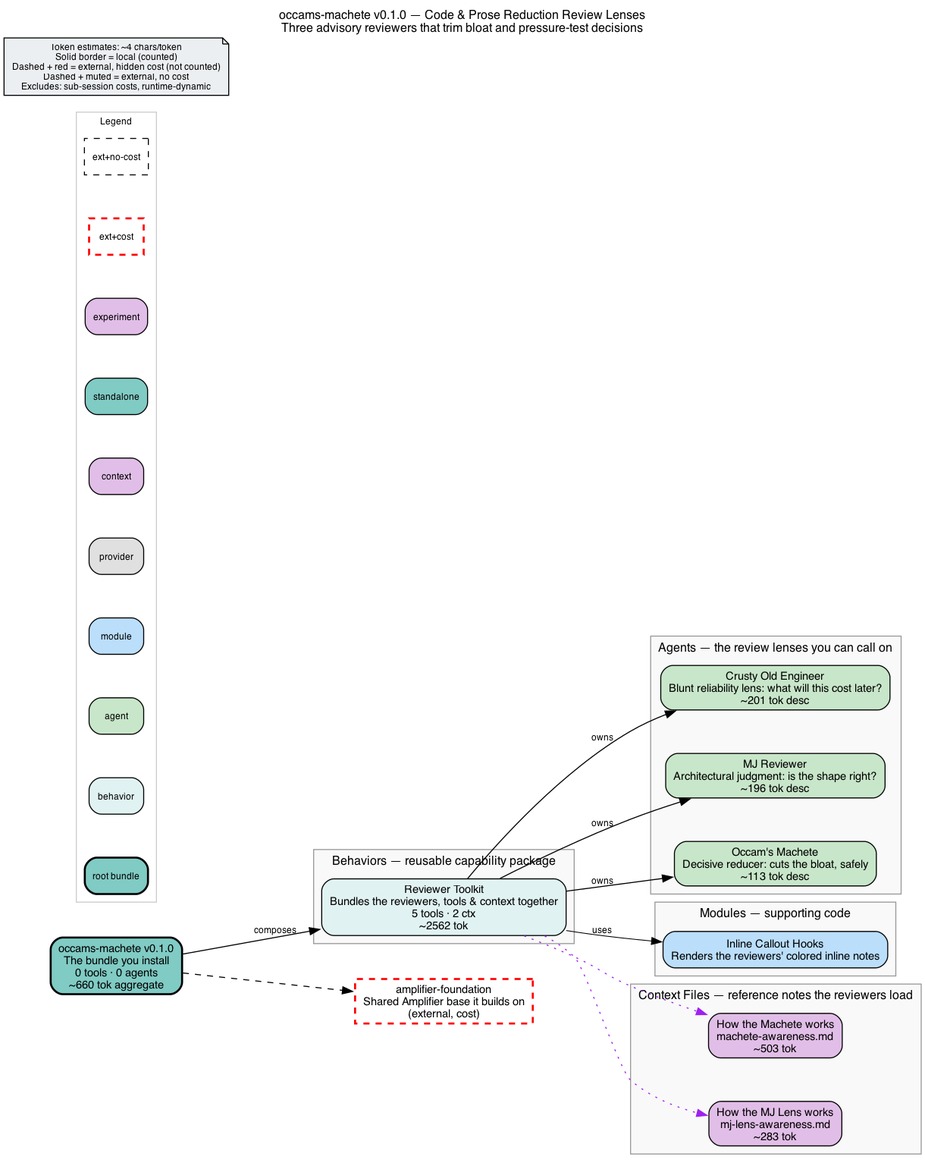
michaeljabbour/amplifier-bundle-mj keeps this Graphviz diagram as bundle.png. Above is the earlier version. Its source is kept beside it as bundle.dot.
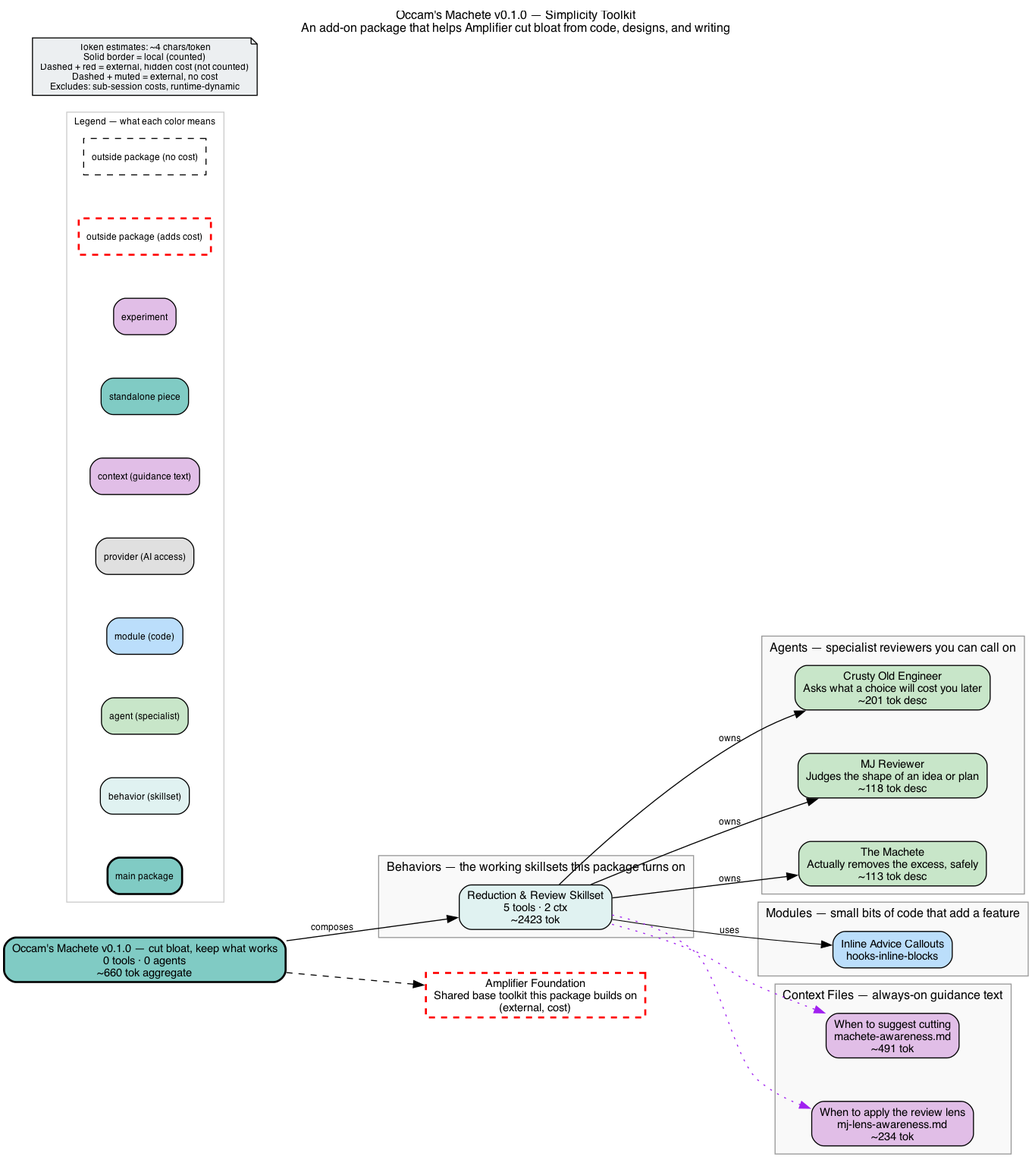
The same diagram one commit later.

Commit message:
feat: Reshape always-on callouts from fixed-slot recital to teaching

Change to the diagram source:
```diff
@@ -2,80 +2,80 @@
     rankdir=LR
     fontname="Helvetica"
     fontsize=12
-    label="occams-machete v0.1.0 — Code & Prose Reduction Review Lenses\nThree advisory reviewers that trim bloat and pressure-test decisions"
+    label="Occam's Machete v0.1.0 — Simplicity Toolkit\nAn add-on package that helps Amplifier cut bloat from code, designs, and writing"
     labelloc=t
     labeljust=c
     nodesep=0.6
     ranksep=0.7
     bgcolor="white"
-    source_hash="bddd5aec8089b3b6765ca88861abbab7c69f58828d248e2b50b8d746131efc44"
+    source_hash="e6015b377ec177d511a456fd0519ecaa5c23f3aa4dccc183f8e80223bc25aeb3"
 
     node [fontname="Helvetica", fontsize=11, style="filled,rounded"]
     edge [fontname="Helvetica", fontsize=9]
 
-    root_occams_machete [label="occams-machete v0.1.0\nThe bundle you install\n0 tools · 0 agents\n~660 tok aggregate", shape=box, fillcolor="#80cbc4", style="filled,rounded,bold", penwidth=2]
+    root_occams_machete [label="Occam's Machete v0.1.0 — cut bloat, keep what works\n0 tools · 0 agents\n~660 tok aggregate", shape=box, fillcolor="#80cbc4", style="filled,rounded,bold", penwidth=2]
 
     subgraph cluster_behaviors {
-        label="Behaviors — reusable capability package"
+        label="Behaviors — the working skillsets this package turns on"
         style="filled"
         fillcolor="#f9f9f9"
         color="#999999"
 
-        beh_occams_machete_behavior [label="Reviewer Toolkit\nBundles the reviewers, tools & context together\n5 tools · 2 ctx\n~2562 tok", shape=box, fillcolor="#e0f2f1", style="filled,rounded"]
+        beh_occams_machete_behavior [label="Reduction & Review Skillset\n5 tools · 2 ctx\n~2423 tok", shape=box, fillcolor="#e0f2f1", style="filled,rounded"]
     }
 
     subgraph cluster_agents {
-        label="Agents — the review lenses you can call on"
+        label="Agents — specialist reviewers you can call on"
         style="filled"
         fillcolor="#f9f9f9"
         color="#999999"
 
-        agt_crusty_old_engineer [label="Crusty Old Engineer\nBlunt reliability lens: what will this cost later?\n~201 tok desc", shape=box, fillcolor="#c8e6c9", style="filled,rounded"]
-        agt_mj_reviewer [label="MJ Reviewer\nArchitectural judgment: is the shape right?\n~196 tok desc", shape=box, fillcolor="#c8e6c9", style="filled,rounded"]
-        agt_occams_machete [label="Occam's Machete\nDecisive reducer: cuts the bloat, safely\n~113 tok desc", shape=box, fillcolor="#c8e6c9", style="filled,rounded"]
+        agt_crusty_old_engineer [label="Crusty Old Engineer\nAsks what a choice will cost you later\n~201 tok desc", shape=box, fillcolor="#c8e6c9", style="filled,rounded"]
+        agt_mj_reviewer [label="MJ Reviewer\nJudges the shape of an idea or plan\n~118 tok desc", shape=box, fillcolor="#c8e6c9", style="filled,rounded"]
+        agt_occams_machete [label="The Machete\nActually removes the excess, safely\n~113 tok desc", shape=box, fillcolor="#c8e6c9", style="filled,rounded"]
     }
 
     subgraph cluster_modules {
-        label="Modules — supporting code"
+        label="Modules — small bits of code that add a feature"
         style="filled"
         fillcolor="#f9f9f9"
         color="#999999"
 
-        mod_hooks_inline_blocks [label="Inline Callout Hooks\nRenders the reviewers' colored inline notes", shape=box, fillcolor="#bbdefb", style="filled,rounded"]
+        mod_hooks_inline_blocks [label="Inline Advice Callouts\nhooks-inline-blocks", shape=box, fillcolor="#bbdefb", style="filled,rounded"]
     }
 
     subgraph cluster_context {
-        label="Context Files — reference notes the reviewers load"
+        label="Context Files — always-on guidance text"
         style="filled"
         fillcolor="#f9f9f9"
         color="#999999"
 
-        ctx_machete_awareness_md [label="How the Machete works\nmachete-awareness.md\n~503 tok", shape=box, fillcolor="#e1bee7", style="filled,rounded"]
-        ctx_mj_lens_awareness_md [label="How the MJ Lens works\nmj-lens-awareness.md\n~283 tok", shape=box, fillcolor="#e1bee7", style="filled,rounded"]
+        ctx_machete_awareness_md [label="When to suggest cutting\nmachete-awareness.md\n~491 tok", shape=box, fillcolor="#e1bee7", style="filled,rounded"]
+        ctx_mj_lens_awareness_md [label="When to apply the review lens\nmj-lens-awareness.md\n~234 tok", shape=box, fillcolor="#e1bee7", style="filled,rounded"]
     }
 
     subgraph cluster_legend {
-        label="Legend"
+        label="Legend — what each color means"
         style="filled"
         fillcolor="white"
         color="#cccccc"
         fontsize=9
 
-        leg_root [label="root bundle", shape=box, fillcolor="#80cbc4", style="filled,rounded,bold", fontsize=9]
-        leg_behavior [label="behavior", shape=box, fillcolor="#e0f2f1", style="filled,rounded", fontsize=9]
-        leg_agent [label="agent", shape=box, fillcolor="#c8e6c9", style="filled,rounded", fontsize=9]
-        leg_module [label="module", shape=box, fillcolor="#bbdefb", style="filled,rounded", fontsize=9]
-        leg_provider [label="provider", shape=box, fillcolor="#e0e0e0", style="filled,rounded", fontsize=9]
-        leg_context [label="context", shape=box, fillcolor="#e1bee7", style="filled,rounded", fontsize=9]
-        leg_standalone [label="standalone", shape=box, fillcolor="#80cbc4", style="filled,rounded", fontsize=9]
+        leg_root [label="main package", shape=box, fillcolor="#80cbc4", style="filled,rounded,bold", fontsize=9]
+        leg_behavior [label="behavior (skillset)", shape=box, fillcolor="#e0f2f1", style="filled,rounded", fontsize=9]
+        leg_agent [label="agent (specialist)", shape=box, fillcolor="#c8e6c9", style="filled,rounded", fontsize=9]
+        leg_module [label="module (code)", shape=box, fillcolor="#bbdefb", style="filled,rounded", fontsize=9]
+        leg_provider [label="provider (AI access)", shape=box, fillcolor="#e0e0e0", style="filled,rounded", fontsize=9]
+        leg_context [label="context (guidance text)", shape=box, fillcolor="#e1bee7", style="filled,rounded", fontsize=9]
+        leg_standalone [label="standalone piece", shape=box, fillcolor="#80cbc4", style="filled,rounded", fontsize=9]
         leg_experiment [label="experiment", shape=box, fillcolor="#e1bee7", style="filled,rounded", fontsize=9]
-        leg_ext_cost [label="ext+cost", shape=box, fillcolor="#80cbc4", style="dashed", color="red", penwidth=2, fontsize=9]
-        leg_ext_muted [label="ext+no-cost", shape=box, fillcolor="#f5f5f5", style="dashed", fontsize=9]
+        leg_ext_cost [label="outside package (adds cost)", shape=box, fillcolor="#80cbc4", style="dashed", color="red", penwidth=2, fontsize=9]
+        leg_ext_muted [label="outside package (no cost)", shape=box, fillcolor="#f5f5f5", style="dashed", fontsize=9]
     }
 
     disclaimer [label="Token estimates: ~4 chars/token\nSolid border = local (counted)\nDashed + red = external, hidden cost (not counted)\nDashed + muted = external, no cost\nExcludes: sub-session costs, runtime-dynamic", shape=note, fillcolor="#eceff1", style="filled", fontsize=9]
 
-    ext_githttps___github_com_microsoft_amplifier_foundation_main [label="amplifier-foundation\nShared Amplifier base it builds on\n(external, cost)", shape=box, fillcolor="#80cbc4", style="dashed", color="red", penwidth=2]
+    ext_githttps___github_com_microsoft_amplifier_foundation_main [label="Amplifier Foundation\nShared base toolkit this package builds on\n(external, cost)", shape=box, fillcolor="#80cbc4", style="dashed", color="red", penwidth=2]
 
     root_occams_machete -> ext_githttps___github_com_microsoft_amplifier_foundation_main [style=dashed]
     root_occams_machete -> beh_occams_machete_behavior [label="composes"]
```
